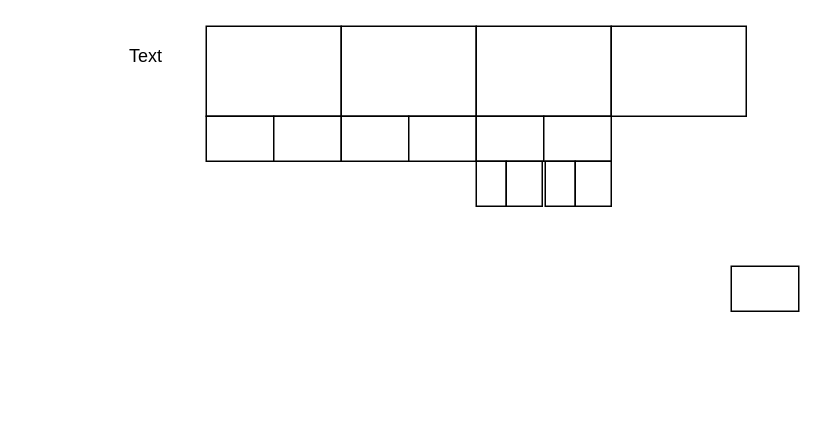
Above: page "1.7ConcurrentHashMap" (1 of 2) of HashMap.drawio in moshan123/draw (draw.io), before the change. Source tidied: cells renumbered, new cells numbered last; positions are measured from the earlier drawing's top-left corner, leaving out a move shared by most shapes. Both pictures are drawn from the tidied source at 150%, with x=0, y=0 at pixel (116, 26).
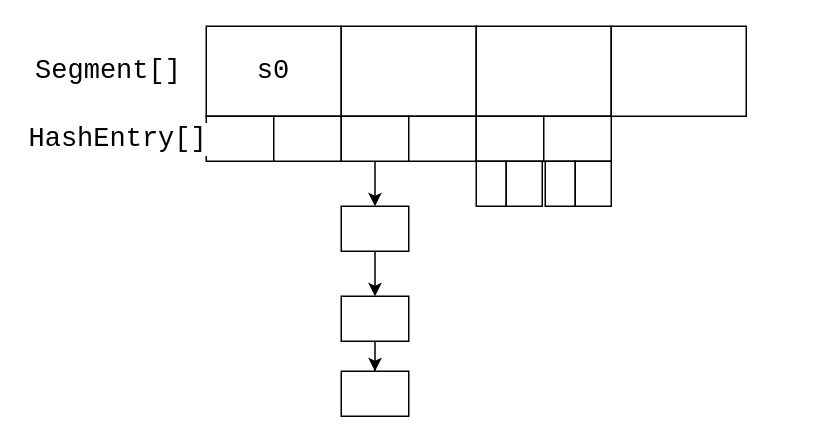
The same page after the edit.

Unchanged cells that the change refers to:
```xml
<mxCell id="8" style="rounded=0;whiteSpace=wrap;html=1;" parent="1" vertex="1">
  <mxGeometry x="150" y="60" width="45" height="30" as="geometry" />
</mxCell>
```

The edit, as a diff of the source:
```diff
@@
-    <mxCell id="2" style="rounded=0;whiteSpace=wrap;html=1;" parent="1" vertex="1">
+    <mxCell id="2" value="&lt;pre style=&quot;background-color: #ffffff ; color: #080808 ; font-family: &amp;#34;jetbrains mono&amp;#34; , monospace ; font-size: 13.5pt&quot;&gt;&lt;span style=&quot;color: #000000&quot;&gt;s0&lt;/span&gt;&lt;/pre&gt;" style="rounded=0;whiteSpace=wrap;html=1;" parent="1" vertex="1">
       <mxGeometry x="60" width="90" height="60" as="geometry" />
     </mxCell>
@@
+    <mxCell id="18" style="edgeStyle=orthogonalEdgeStyle;rounded=0;jettySize=auto;html=1;" parent="1" edge="1" source="8" target="20">
+      <mxGeometry relative="1" as="geometry" />
+    </mxCell>
@@
-    <mxCell id="13" style="rounded=0;whiteSpace=wrap;html=1;" parent="1" vertex="1">
-      <mxGeometry x="410" y="160" width="45" height="30" as="geometry" />
-    </mxCell>
@@
-    <mxCell id="17" value="Text" style="text;html=1;strokeColor=none;fillColor=none;align=center;verticalAlign=middle;whiteSpace=wrap;rounded=0;" parent="1" vertex="1">
-      <mxGeometry y="10" width="40" height="20" as="geometry" />
+    <mxCell id="17" value="&lt;pre style=&quot;background-color: #ffffff ; color: #080808 ; font-family: &amp;#34;jetbrains mono&amp;#34; , monospace ; font-size: 13.5pt&quot;&gt;&lt;span style=&quot;color: #000000&quot;&gt;Segment[]&lt;/span&gt;&lt;/pre&gt;" style="text;html=1;strokeColor=none;fillColor=none;align=center;verticalAlign=middle;whiteSpace=wrap;rounded=0;" parent="1" vertex="1">
+      <mxGeometry x="-25" y="20" width="40" height="20" as="geometry" />
     </mxCell>
+    <mxCell id="19" style="edgeStyle=orthogonalEdgeStyle;rounded=0;jettySize=auto;html=1;" parent="1" edge="1" source="20" target="22">
+      <mxGeometry relative="1" as="geometry" />
+    </mxCell>
+    <mxCell id="20" style="rounded=0;whiteSpace=wrap;html=1;" parent="1" vertex="1">
+      <mxGeometry x="150" y="120" width="45" height="30" as="geometry" />
+    </mxCell>
+    <mxCell id="21" style="edgeStyle=orthogonalEdgeStyle;rounded=0;jettySize=auto;html=1;" parent="1" edge="1" source="22" target="23">
+      <mxGeometry relative="1" as="geometry" />
+    </mxCell>
+    <mxCell id="22" style="rounded=0;whiteSpace=wrap;html=1;" parent="1" vertex="1">
+      <mxGeometry x="150" y="180" width="45" height="30" as="geometry" />
+    </mxCell>
+    <mxCell id="23" style="rounded=0;whiteSpace=wrap;html=1;" parent="1" vertex="1">
+      <mxGeometry x="150" y="230" width="45" height="30" as="geometry" />
+    </mxCell>
+    <mxCell id="24" value="&lt;pre style=&quot;background-color: #ffffff ; color: #080808 ; font-family: &amp;#34;jetbrains mono&amp;#34; , monospace ; font-size: 13.5pt&quot;&gt;&lt;span style=&quot;color: #000000&quot;&gt;HashEntry&lt;/span&gt;[] &lt;/pre&gt;" style="text;whiteSpace=wrap;html=1;" parent="1" vertex="1">
+      <mxGeometry x="-60" y="40" width="110" height="60" as="geometry" />
+    </mxCell>
```
